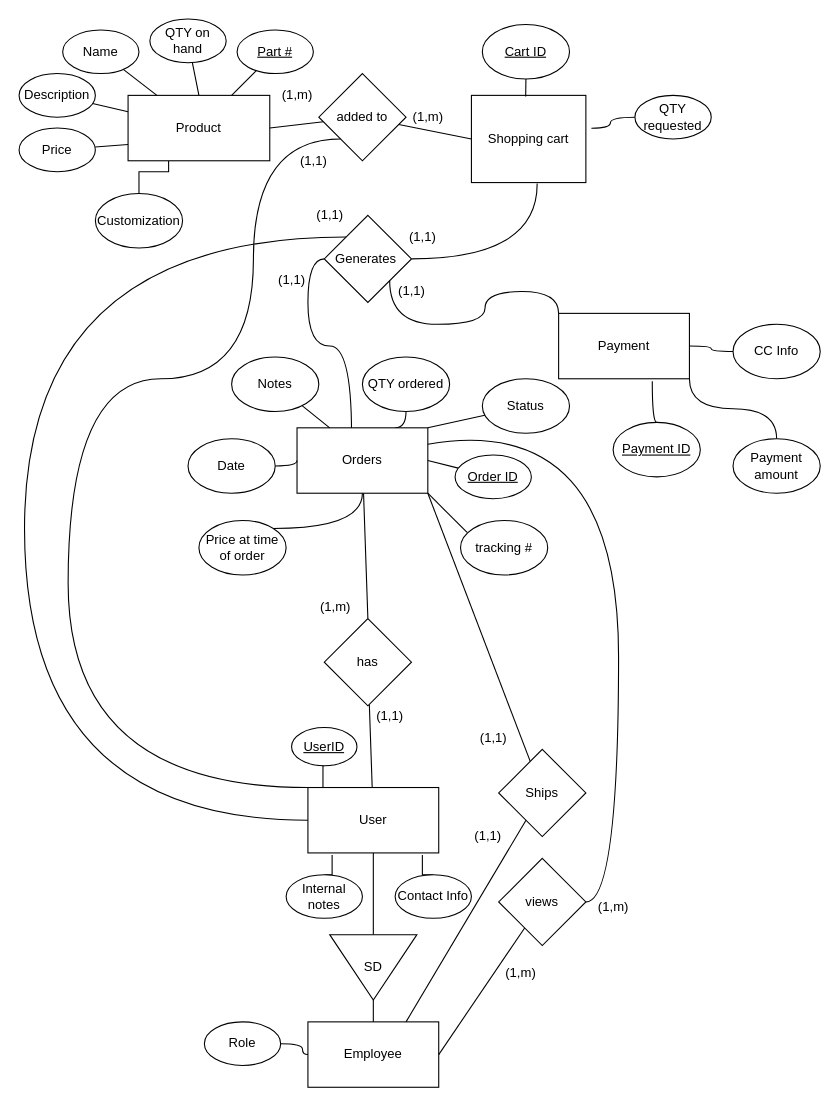
Earlier version of the draw.io diagram ecomm.drawio (466group2/Group02Project). Source tidied: cells renumbered, new cells numbered last; positions are measured from the earlier drawing's top-left corner, leaving out a move shared by most shapes. Both pictures are drawn from the tidied source at 109%, with x=0, y=0 at pixel (19, 19).
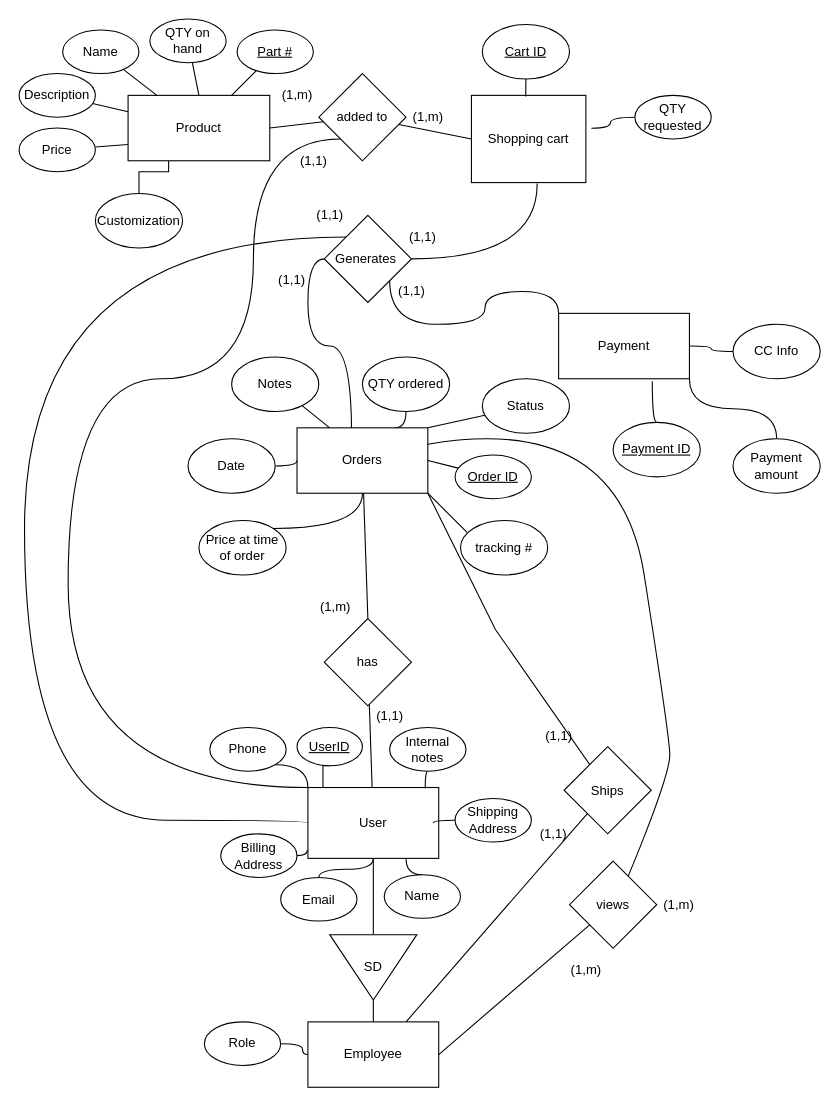
Above is the later version.

Unchanged cells that the change refers to:
```xml
<mxCell id="20" value="Orders" style="rounded=0;whiteSpace=wrap;html=1;" parent="1" vertex="1">
  <mxGeometry x="255" y="375" width="120" height="60" as="geometry" />
</mxCell>
```

The edit, as a diff of the source:
```diff
@@
     <mxCell id="36" value="User" style="rounded=0;whiteSpace=wrap;html=1;" parent="1" vertex="1">
-      <mxGeometry x="265" y="705" width="120" height="60" as="geometry" />
+      <mxGeometry x="265" y="705" width="120" height="65" as="geometry" />
     </mxCell>
@@
     <mxCell id="38" value="&lt;u&gt;UserID&lt;/u&gt;" style="ellipse;whiteSpace=wrap;html=1;" parent="1" vertex="1">
-      <mxGeometry x="250" y="650" width="60" height="35" as="geometry" />
+      <mxGeometry x="255" y="650" width="60" height="35" as="geometry" />
     </mxCell>
-    <mxCell id="39" style="edgeStyle=orthogonalEdgeStyle;rounded=0;jettySize=auto;html=1;exitX=0.5;exitY=0;exitDx=0;exitDy=0;entryX=0.875;entryY=1.03;entryDx=0;entryDy=0;entryPerimeter=0;endArrow=none;endFill=0;" parent="1" edge="1" source="40" target="36">
+    <mxCell id="39" style="edgeStyle=orthogonalEdgeStyle;curved=1;jettySize=auto;html=1;exitX=0.5;exitY=0;exitDx=0;exitDy=0;entryX=0.75;entryY=1;entryDx=0;entryDy=0;endArrow=none;endFill=0;" parent="1" edge="1" source="40" target="36">
       <mxGeometry relative="1" as="geometry" />
     </mxCell>
-    <mxCell id="40" value="Contact Info" style="ellipse;whiteSpace=wrap;html=1;" parent="1" vertex="1">
-      <mxGeometry x="345" y="785" width="70" height="40" as="geometry" />
+    <mxCell id="40" value="Name" style="ellipse;whiteSpace=wrap;html=1;" parent="1" vertex="1">
+      <mxGeometry x="335" y="785" width="70" height="40" as="geometry" />
     </mxCell>
-    <mxCell id="41" style="edgeStyle=orthogonalEdgeStyle;rounded=0;jettySize=auto;html=1;exitX=0.5;exitY=0;exitDx=0;exitDy=0;entryX=0.185;entryY=1.03;entryDx=0;entryDy=0;entryPerimeter=0;endArrow=none;endFill=0;" parent="1" edge="1" source="42" target="36">
-      <mxGeometry relative="1" as="geometry" />
-    </mxCell>
-    <mxCell id="42" value="Internal notes&lt;br&gt;" style="ellipse;whiteSpace=wrap;html=1;" parent="1" vertex="1">
-      <mxGeometry x="245" y="785" width="70" height="40" as="geometry" />
-    </mxCell>
@@
     <mxCell id="49" style="edgeStyle=none;rounded=0;jettySize=auto;html=1;endArrow=none;endFill=0;entryX=1;entryY=1;entryDx=0;entryDy=0;" parent="1" edge="1" source="50" target="20">
-      <mxGeometry relative="1" as="geometry" />
+      <mxGeometry relative="1" as="geometry">
+        <Array as="points">
+          <mxPoint x="437" y="560" />
+        </Array>
+      </mxGeometry>
     </mxCell>
     <mxCell id="50" value="Ships" style="rhombus;whiteSpace=wrap;html=1;" parent="1" vertex="1">
-      <mxGeometry x="440" y="670" width="80" height="80" as="geometry" />
+      <mxGeometry x="500" y="667.5" width="80" height="80" as="geometry" />
     </mxCell>
@@
     <mxCell id="52" style="edgeStyle=none;jettySize=auto;html=1;entryX=1;entryY=0.25;entryDx=0;entryDy=0;endArrow=none;endFill=0;curved=1;" parent="1" edge="1" source="53" target="20">
       <mxGeometry relative="1" as="geometry">
         <Array as="points">
           <mxPoint x="550" y="810" />
+          <mxPoint x="597" y="690" />
+          <mxPoint x="597" y="660" />
           <mxPoint x="550" y="360" />
         </Array>
       </mxGeometry>
     </mxCell>
     <mxCell id="53" value="views" style="rhombus;whiteSpace=wrap;html=1;" parent="1" vertex="1">
-      <mxGeometry x="440" y="770" width="80" height="80" as="geometry" />
+      <mxGeometry x="505" y="772.5" width="80" height="80" as="geometry" />
     </mxCell>
@@
     <mxCell id="59" value="(1,1)" style="text;html=1;align=center;verticalAlign=middle;fillColor=none;strokeColor=none;rounded=0;" parent="1" vertex="1">
-      <mxGeometry x="410" y="740" width="40" height="20" as="geometry" />
+      <mxGeometry x="470" y="737.5" width="40" height="20" as="geometry" />
     </mxCell>
     <mxCell id="60" value="(1,1)" style="text;html=1;align=center;verticalAlign=middle;fillColor=none;strokeColor=none;rounded=0;" parent="1" vertex="1">
-      <mxGeometry x="415" y="650" width="40" height="20" as="geometry" />
+      <mxGeometry x="475" y="647.5" width="40" height="20" as="geometry" />
     </mxCell>
     <mxCell id="61" value="(1,m)" style="text;html=1;align=center;verticalAlign=middle;fillColor=none;strokeColor=none;rounded=0;" parent="1" vertex="1">
-      <mxGeometry x="440" y="865" width="40" height="20" as="geometry" />
+      <mxGeometry x="500" y="862.5" width="40" height="20" as="geometry" />
     </mxCell>
     <mxCell id="62" value="(1,m)" style="text;html=1;align=center;verticalAlign=middle;fillColor=none;strokeColor=none;rounded=0;" parent="1" vertex="1">
-      <mxGeometry x="525" y="805" width="40" height="20" as="geometry" />
+      <mxGeometry x="585" y="802.5" width="40" height="20" as="geometry" />
     </mxCell>
@@
+    <mxCell id="86" style="edgeStyle=orthogonalEdgeStyle;curved=1;jettySize=auto;html=1;exitX=1;exitY=0.5;exitDx=0;exitDy=0;entryX=-0.004;entryY=0.882;entryDx=0;entryDy=0;entryPerimeter=0;endArrow=none;endFill=0;" parent="1" edge="1" source="87" target="36">
+      <mxGeometry relative="1" as="geometry" />
+    </mxCell>
+    <mxCell id="87" value="Billing Address&lt;br&gt;" style="ellipse;whiteSpace=wrap;html=1;" parent="1" vertex="1">
+      <mxGeometry x="185" y="747.5" width="70" height="40" as="geometry" />
+    </mxCell>
+    <mxCell id="88" style="edgeStyle=orthogonalEdgeStyle;curved=1;jettySize=auto;html=1;exitX=1;exitY=1;exitDx=0;exitDy=0;entryX=0;entryY=0;entryDx=0;entryDy=0;endArrow=none;endFill=0;" parent="1" edge="1" source="89" target="36">
+      <mxGeometry relative="1" as="geometry" />
+    </mxCell>
+    <mxCell id="89" value="Phone" style="ellipse;whiteSpace=wrap;html=1;" parent="1" vertex="1">
+      <mxGeometry x="175" y="650" width="70" height="40" as="geometry" />
+    </mxCell>
+    <mxCell id="90" style="edgeStyle=orthogonalEdgeStyle;curved=1;jettySize=auto;html=1;exitX=0;exitY=0.5;exitDx=0;exitDy=0;endArrow=none;endFill=0;" parent="1" edge="1" source="91" target="36">
+      <mxGeometry relative="1" as="geometry" />
+    </mxCell>
+    <mxCell id="91" value="Shipping Address" style="ellipse;whiteSpace=wrap;html=1;" parent="1" vertex="1">
+      <mxGeometry x="400" y="715" width="70" height="40" as="geometry" />
+    </mxCell>
+    <mxCell id="92" style="edgeStyle=orthogonalEdgeStyle;curved=1;jettySize=auto;html=1;exitX=0.5;exitY=0;exitDx=0;exitDy=0;endArrow=none;endFill=0;" parent="1" edge="1" source="93" target="36">
+      <mxGeometry relative="1" as="geometry">
+        <Array as="points">
+          <mxPoint x="275" y="780" />
+          <mxPoint x="325" y="780" />
+        </Array>
+      </mxGeometry>
+    </mxCell>
+    <mxCell id="93" value="Email" style="ellipse;whiteSpace=wrap;html=1;" parent="1" vertex="1">
+      <mxGeometry x="240" y="787.5" width="70" height="40" as="geometry" />
+    </mxCell>
+    <mxCell id="41" style="edgeStyle=orthogonalEdgeStyle;curved=1;jettySize=auto;html=1;exitX=0.5;exitY=1;exitDx=0;exitDy=0;entryX=0.897;entryY=0.009;entryDx=0;entryDy=0;entryPerimeter=0;endArrow=none;endFill=0;" parent="1" edge="1" source="42" target="36">
+      <mxGeometry relative="1" as="geometry" />
+    </mxCell>
+    <mxCell id="42" value="Internal notes&lt;br&gt;" style="ellipse;whiteSpace=wrap;html=1;" parent="1" vertex="1">
+      <mxGeometry x="340" y="650" width="70" height="40" as="geometry" />
+    </mxCell>
```
